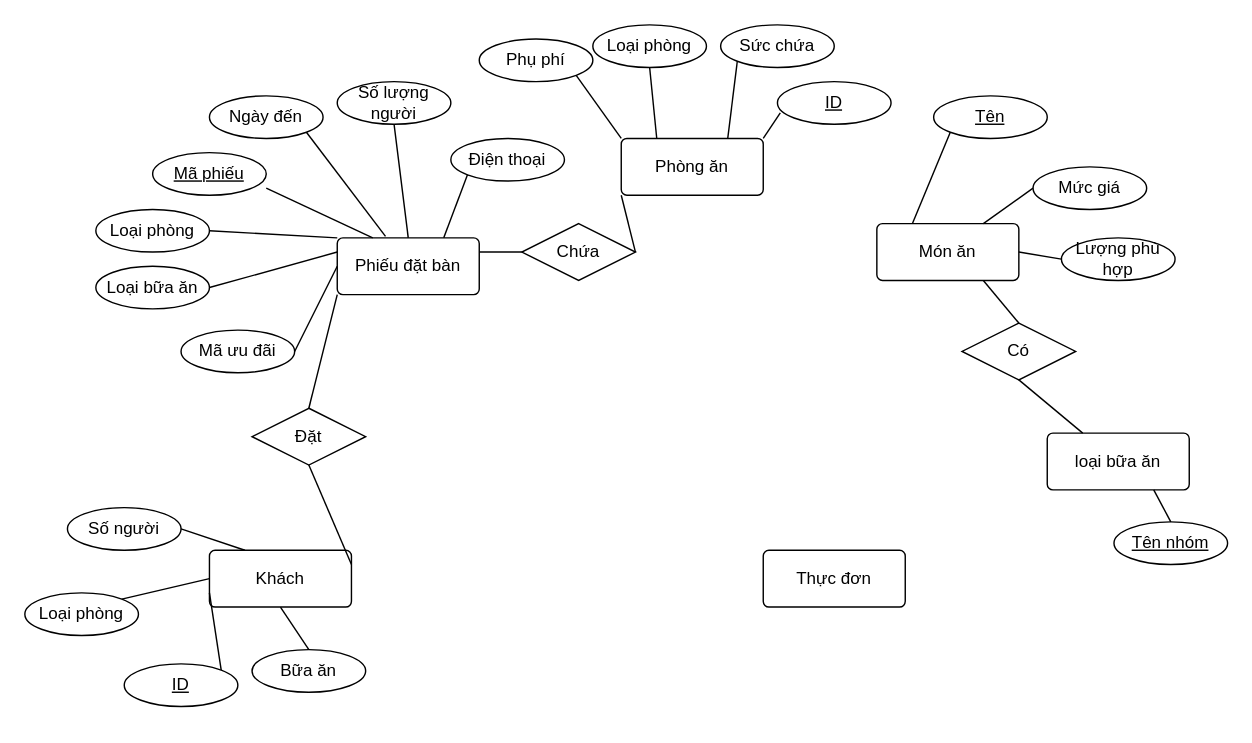
Above: images/RESTAURANT EBOOKING.drawio in Drizzle210/hello-world (draw.io), before the change. Source tidied: cells renumbered, new cells numbered last; positions are measured from the earlier drawing's top-left corner, leaving out a move shared by most shapes. Both pictures are drawn from the tidied source at 142%, with x=0, y=0 at pixel (24, 24).
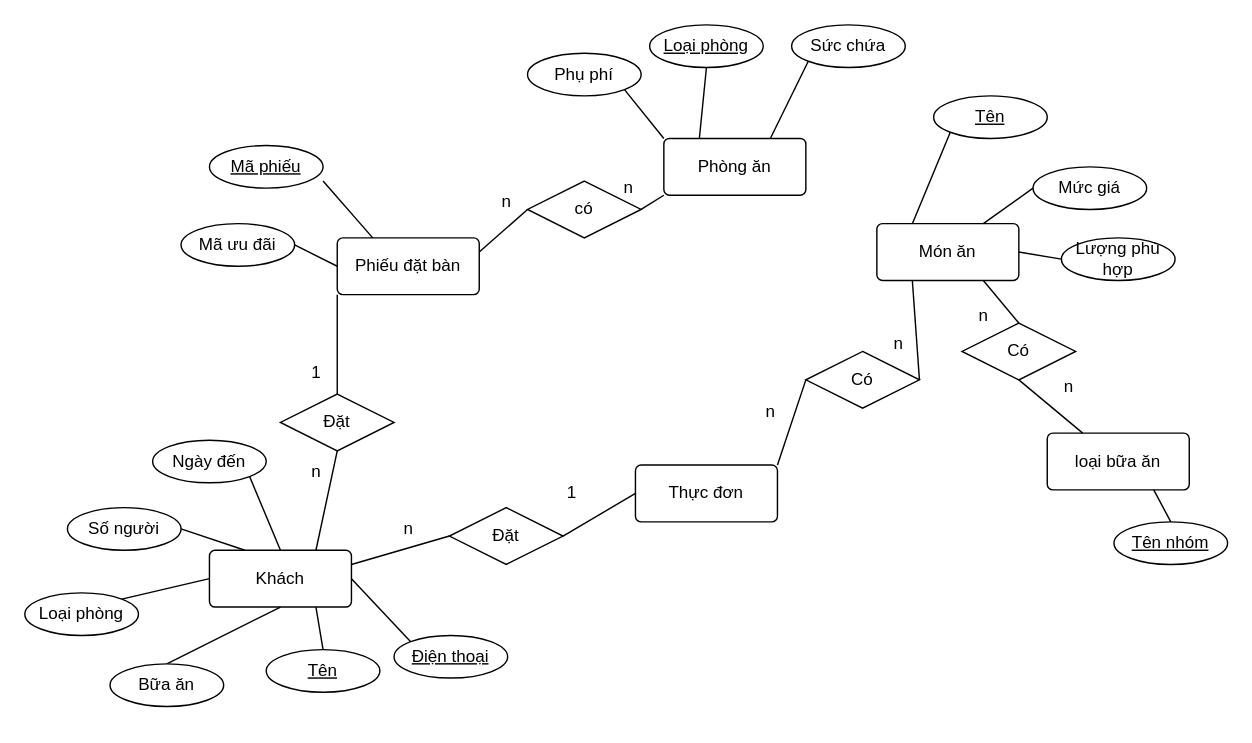
The same diagram, later.

Commit message:
Cập nhật RESTAURANT EBOOKING.drawio

The change refers to these unchanged cells:
```xml
<mxCell id="3" value="Khách" style="rounded=1;arcSize=10;whiteSpace=wrap;html=1;align=center;" parent="1" vertex="1">
  <mxGeometry x="130" y="370" width="100" height="40" as="geometry" />
</mxCell>
<mxCell id="5" value="Món ăn" style="rounded=1;arcSize=10;whiteSpace=wrap;html=1;align=center;" parent="1" vertex="1">
  <mxGeometry x="600" y="140" width="100" height="40" as="geometry" />
</mxCell>
<mxCell id="46" value="Phiếu đặt bàn" style="rounded=1;arcSize=10;whiteSpace=wrap;html=1;align=center;" parent="1" vertex="1">
  <mxGeometry x="220" y="150" width="100" height="40" as="geometry" />
</mxCell>
```

Change to the diagram source:
```diff
@@
     <mxCell id="2" value="Phòng ăn" style="rounded=1;arcSize=10;whiteSpace=wrap;html=1;align=center;" parent="1" vertex="1">
-      <mxGeometry x="420" y="80" width="100" height="40" as="geometry" />
+      <mxGeometry x="450" y="80" width="100" height="40" as="geometry" />
     </mxCell>
@@
-    <mxCell id="6" value="Loại phòng" style="ellipse;whiteSpace=wrap;html=1;align=center;" parent="1" vertex="1">
-      <mxGeometry x="400" width="80" height="30" as="geometry" />
+    <mxCell id="6" value="&lt;u&gt;Loại phòng&lt;/u&gt;" style="ellipse;whiteSpace=wrap;html=1;align=center;" parent="1" vertex="1">
+      <mxGeometry x="440" width="80" height="30" as="geometry" />
     </mxCell>
     <mxCell id="7" value="Sức chứa" style="ellipse;whiteSpace=wrap;html=1;align=center;" parent="1" vertex="1">
-      <mxGeometry x="490" width="80" height="30" as="geometry" />
+      <mxGeometry x="540" width="80" height="30" as="geometry" />
     </mxCell>
     <mxCell id="8" value="Phụ phí" style="ellipse;whiteSpace=wrap;html=1;align=center;" parent="1" vertex="1">
-      <mxGeometry x="320" y="10" width="80" height="30" as="geometry" />
+      <mxGeometry x="354" y="20" width="80" height="30" as="geometry" />
     </mxCell>
@@
-    <mxCell id="10" style="endArrow=none;html=1;rounded=0;exitX=1;exitY=0;exitDx=0;exitDy=0;entryX=0.025;entryY=0.733;entryDx=0;entryDy=0;entryPerimeter=0;" parent="1" edge="1" source="2" target="33">
-      <mxGeometry relative="1" as="geometry" />
-    </mxCell>
@@
-    <mxCell id="18" style="endArrow=none;html=1;rounded=0;exitX=0;exitY=0.75;exitDx=0;exitDy=0;entryX=1;entryY=0;entryDx=0;entryDy=0;" parent="1" edge="1" source="3" target="34">
-      <mxGeometry relative="1" as="geometry" />
-    </mxCell>
     <mxCell id="19" value="&lt;u&gt;Mã phiếu&lt;/u&gt;" style="ellipse;whiteSpace=wrap;html=1;align=center;" parent="1" vertex="1">
-      <mxGeometry x="90" y="90" width="80" height="30" as="geometry" />
+      <mxGeometry x="130" y="85" width="80" height="30" as="geometry" />
     </mxCell>
-    <mxCell id="20" value="Loại phòng" style="ellipse;whiteSpace=wrap;html=1;align=center;" parent="1" vertex="1">
-      <mxGeometry x="50" y="130" width="80" height="30" as="geometry" />
-    </mxCell>
-    <mxCell id="21" value="Số lượng người" style="ellipse;whiteSpace=wrap;html=1;align=center;" parent="1" vertex="1">
-      <mxGeometry x="220" y="40" width="80" height="30" as="geometry" />
-    </mxCell>
-    <mxCell id="22" value="Ngày đến" style="ellipse;whiteSpace=wrap;html=1;align=center;" parent="1" vertex="1">
-      <mxGeometry x="130" y="50" width="80" height="30" as="geometry" />
-    </mxCell>
-    <mxCell id="23" value="Loại bữa ăn" style="ellipse;whiteSpace=wrap;html=1;align=center;" parent="1" vertex="1">
-      <mxGeometry x="50" y="170" width="80" height="30" as="geometry" />
-    </mxCell>
@@
     <mxCell id="32" value="Thực đơn" style="rounded=1;arcSize=10;whiteSpace=wrap;html=1;align=center;" parent="1" vertex="1">
-      <mxGeometry x="520" y="370" width="100" height="40" as="geometry" />
+      <mxGeometry x="430" y="310" width="100" height="40" as="geometry" />
     </mxCell>
-    <mxCell id="33" value="ID" style="ellipse;whiteSpace=wrap;html=1;align=center;fontStyle=4;" parent="1" vertex="1">
-      <mxGeometry x="530" y="40" width="80" height="30" as="geometry" />
-    </mxCell>
-    <mxCell id="34" value="&lt;u&gt;ID&lt;/u&gt;" style="ellipse;whiteSpace=wrap;html=1;align=center;" parent="1" vertex="1">
-      <mxGeometry x="70" y="450" width="80" height="30" as="geometry" />
-    </mxCell>
     <mxCell id="35" value="Đặt" style="shape=rhombus;perimeter=rhombusPerimeter;whiteSpace=wrap;html=1;align=center;" parent="1" vertex="1">
-      <mxGeometry x="160" y="270" width="80" height="40" as="geometry" />
+      <mxGeometry x="180" y="260" width="80" height="40" as="geometry" />
     </mxCell>
-    <mxCell id="36" style="endArrow=none;html=1;rounded=0;exitX=1;exitY=0.25;exitDx=0;exitDy=0;entryX=0.5;entryY=1;entryDx=0;entryDy=0;" parent="1" edge="1" source="3" target="35">
+    <mxCell id="36" style="endArrow=none;html=1;rounded=0;exitX=0.75;exitY=0;exitDx=0;exitDy=0;entryX=0.5;entryY=1;entryDx=0;entryDy=0;" parent="1" edge="1" source="3" target="35">
       <mxGeometry relative="1" as="geometry" />
     </mxCell>
@@
-    <mxCell id="38" value="Chứa" style="shape=rhombus;perimeter=rhombusPerimeter;whiteSpace=wrap;html=1;align=center;" parent="1" vertex="1">
-      <mxGeometry x="350" y="140" width="80" height="40" as="geometry" />
+    <mxCell id="38" value="có" style="shape=rhombus;perimeter=rhombusPerimeter;whiteSpace=wrap;html=1;align=center;" parent="1" vertex="1">
+      <mxGeometry x="354" y="110" width="80" height="40" as="geometry" />
     </mxCell>
@@
-    <mxCell id="41" value="Điện thoại" style="ellipse;whiteSpace=wrap;html=1;align=center;" parent="1" vertex="1">
-      <mxGeometry x="300" y="80" width="80" height="30" as="geometry" />
-    </mxCell>
     <mxCell id="42" value="Mã ưu đãi" style="ellipse;whiteSpace=wrap;html=1;align=center;" parent="1" vertex="1">
-      <mxGeometry x="110" y="215" width="80" height="30" as="geometry" />
+      <mxGeometry x="110" y="140" width="80" height="30" as="geometry" />
     </mxCell>
@@
     <mxCell id="47" value="Bữa ăn" style="ellipse;whiteSpace=wrap;html=1;align=center;" parent="1" vertex="1">
-      <mxGeometry x="160" y="440" width="80" height="30" as="geometry" />
+      <mxGeometry x="60" y="450" width="80" height="30" as="geometry" />
     </mxCell>
-    <mxCell id="48" style="edgeStyle=orthogonalEdgeStyle;rounded=0;orthogonalLoop=1;jettySize=auto;html=1;exitX=0.5;exitY=1;exitDx=0;exitDy=0;" parent="1" edge="1" source="34" target="34">
-      <mxGeometry relative="1" as="geometry" />
+    <mxCell id="48" style="edgeStyle=orthogonalEdgeStyle;rounded=0;orthogonalLoop=1;jettySize=auto;html=1;exitX=0.5;exitY=1;exitDx=0;exitDy=0;" parent="1" edge="1">
+      <mxGeometry relative="1" as="geometry">
+        <mxPoint x="70" y="480" as="sourcePoint" />
+        <mxPoint x="70" y="480" as="targetPoint" />
+      </mxGeometry>
     </mxCell>
@@
-    <mxCell id="50" style="endArrow=none;html=1;rounded=0;exitX=1;exitY=0.5;exitDx=0;exitDy=0;entryX=0;entryY=0.25;entryDx=0;entryDy=0;" parent="1" edge="1" source="23" target="46">
-      <mxGeometry relative="1" as="geometry" />
-    </mxCell>
-    <mxCell id="51" style="endArrow=none;html=1;rounded=0;exitX=1;exitY=0.5;exitDx=0;exitDy=0;entryX=0;entryY=0;entryDx=0;entryDy=0;" parent="1" edge="1" source="20" target="46">
-      <mxGeometry relative="1" as="geometry" />
-    </mxCell>
@@
-    <mxCell id="53" style="endArrow=none;html=1;rounded=0;exitX=1;exitY=1;exitDx=0;exitDy=0;entryX=0.34;entryY=-0.025;entryDx=0;entryDy=0;entryPerimeter=0;" parent="1" edge="1" source="22" target="46">
-      <mxGeometry relative="1" as="geometry" />
-    </mxCell>
-    <mxCell id="54" style="endArrow=none;html=1;rounded=0;exitX=0.5;exitY=1;exitDx=0;exitDy=0;entryX=0.5;entryY=0;entryDx=0;entryDy=0;" parent="1" edge="1" source="21" target="46">
-      <mxGeometry relative="1" as="geometry" />
-    </mxCell>
-    <mxCell id="55" style="endArrow=none;html=1;rounded=0;exitX=0;exitY=1;exitDx=0;exitDy=0;entryX=0.75;entryY=0;entryDx=0;entryDy=0;" parent="1" edge="1" source="41" target="46">
-      <mxGeometry relative="1" as="geometry" />
-    </mxCell>
+    <mxCell id="41" value="&lt;u&gt;Điện thoại&lt;/u&gt;" style="ellipse;whiteSpace=wrap;html=1;align=center;" parent="1" vertex="1">
+      <mxGeometry x="260" y="430" width="80" height="30" as="geometry" />
+    </mxCell>
+    <mxCell id="56" style="endArrow=none;html=1;rounded=0;exitX=0;exitY=0;exitDx=0;exitDy=0;entryX=1;entryY=0.5;entryDx=0;entryDy=0;" parent="1" edge="1" source="41" target="3">
+      <mxGeometry relative="1" as="geometry" />
+    </mxCell>
+    <mxCell id="57" value="&lt;u&gt;Tên&lt;/u&gt;" style="ellipse;whiteSpace=wrap;html=1;align=center;" parent="1" vertex="1">
+      <mxGeometry x="170" y="440" width="80" height="30" as="geometry" />
+    </mxCell>
+    <mxCell id="58" style="endArrow=none;html=1;rounded=0;exitX=0.75;exitY=1;exitDx=0;exitDy=0;entryX=0.5;entryY=0;entryDx=0;entryDy=0;" parent="1" edge="1" source="3" target="57">
+      <mxGeometry relative="1" as="geometry" />
+    </mxCell>
+    <mxCell id="59" value="n" style="text;html=1;align=center;verticalAlign=middle;strokeColor=none;fillColor=none;" parent="1" vertex="1">
+      <mxGeometry x="190" y="300" width="30" height="30" as="geometry" />
+    </mxCell>
+    <mxCell id="60" value="1" style="text;html=1;align=center;verticalAlign=middle;strokeColor=none;fillColor=none;" parent="1" vertex="1">
+      <mxGeometry x="190" y="230" width="30" height="30" as="geometry" />
+    </mxCell>
+    <mxCell id="61" value="n" style="text;html=1;align=center;verticalAlign=middle;strokeColor=none;fillColor=none;" parent="1" vertex="1">
+      <mxGeometry x="324" y="110" width="30" height="30" as="geometry" />
+    </mxCell>
+    <mxCell id="62" value="n" style="text;html=1;align=center;verticalAlign=middle;strokeColor=none;fillColor=none;" parent="1" vertex="1">
+      <mxGeometry x="410" y="100" width="30" height="30" as="geometry" />
+    </mxCell>
+    <mxCell id="63" value="n" style="text;html=1;align=center;verticalAlign=middle;strokeColor=none;fillColor=none;" parent="1" vertex="1">
+      <mxGeometry x="660" y="190" width="30" height="30" as="geometry" />
+    </mxCell>
+    <mxCell id="64" value="n" style="text;html=1;align=center;verticalAlign=middle;strokeColor=none;fillColor=none;" parent="1" vertex="1">
+      <mxGeometry x="720" y="240" width="30" height="30" as="geometry" />
+    </mxCell>
+    <mxCell id="22" value="Ngày đến" style="ellipse;whiteSpace=wrap;html=1;align=center;" parent="1" vertex="1">
+      <mxGeometry x="90" y="292.5" width="80" height="30" as="geometry" />
+    </mxCell>
+    <mxCell id="65" style="endArrow=none;html=1;rounded=0;exitX=0.5;exitY=0;exitDx=0;exitDy=0;entryX=1;entryY=1;entryDx=0;entryDy=0;" parent="1" edge="1" source="3" target="22">
+      <mxGeometry relative="1" as="geometry" />
+    </mxCell>
+    <mxCell id="66" value="Đặt" style="shape=rhombus;perimeter=rhombusPerimeter;whiteSpace=wrap;html=1;align=center;" parent="1" vertex="1">
+      <mxGeometry x="299" y="340" width="80" height="40" as="geometry" />
+    </mxCell>
+    <mxCell id="67" style="endArrow=none;html=1;rounded=0;exitX=0;exitY=0.5;exitDx=0;exitDy=0;entryX=1;entryY=0.25;entryDx=0;entryDy=0;" parent="1" edge="1" source="66" target="3">
+      <mxGeometry relative="1" as="geometry" />
+    </mxCell>
+    <mxCell id="68" value="Có" style="shape=rhombus;perimeter=rhombusPerimeter;whiteSpace=wrap;html=1;align=center;" parent="1" vertex="1">
+      <mxGeometry x="550" y="230" width="80" height="40" as="geometry" />
+    </mxCell>
+    <mxCell id="69" style="endArrow=none;html=1;rounded=0;exitX=0;exitY=0.5;exitDx=0;exitDy=0;entryX=1;entryY=0.5;entryDx=0;entryDy=0;" parent="1" edge="1" source="32" target="66">
+      <mxGeometry relative="1" as="geometry" />
+    </mxCell>
+    <mxCell id="70" style="endArrow=none;html=1;rounded=0;exitX=0;exitY=0.5;exitDx=0;exitDy=0;entryX=1;entryY=0;entryDx=0;entryDy=0;" parent="1" edge="1" source="68" target="32">
+      <mxGeometry relative="1" as="geometry" />
+    </mxCell>
+    <mxCell id="71" style="endArrow=none;html=1;rounded=0;exitX=1;exitY=0.5;exitDx=0;exitDy=0;entryX=0.25;entryY=1;entryDx=0;entryDy=0;" parent="1" edge="1" source="68" target="5">
+      <mxGeometry relative="1" as="geometry" />
+    </mxCell>
+    <mxCell id="72" value="n" style="text;html=1;align=center;verticalAlign=middle;strokeColor=none;fillColor=none;" parent="1" vertex="1">
+      <mxGeometry x="255" y="340" width="30" height="30" as="geometry" />
+    </mxCell>
+    <mxCell id="73" value="1" style="text;html=1;align=center;verticalAlign=middle;strokeColor=none;fillColor=none;" parent="1" vertex="1">
+      <mxGeometry x="370" y="315" width="30" height="30" as="geometry" />
+    </mxCell>
+    <mxCell id="74" value="n" style="text;html=1;align=center;verticalAlign=middle;strokeColor=none;fillColor=none;" parent="1" vertex="1">
+      <mxGeometry x="510" y="257.5" width="30" height="30" as="geometry" />
+    </mxCell>
+    <mxCell id="75" value="n" style="text;html=1;align=center;verticalAlign=middle;strokeColor=none;fillColor=none;" parent="1" vertex="1">
+      <mxGeometry x="600" y="210" width="30" height="30" as="geometry" />
+    </mxCell>
```
